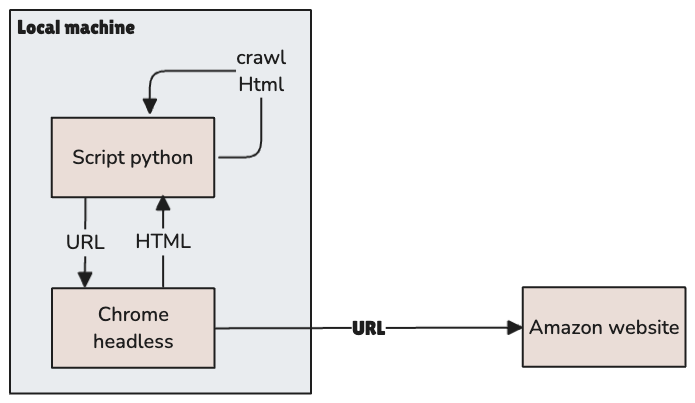
enimiste/amazon-product-price-scraper keeps this Excalidraw diagram as schema.excalidraw.png. Above is the earlier version. Source tidied: one line per element, renumbered; positions are measured from the earlier drawing's top-left corner, leaving out a move shared by most shapes. Its diagram source:
```json
{"id": 0, "type": "rectangle", "strokeColor": "#1e1e1e", "backgroundColor": "#e9ecef", "fillStyle": "solid", "strokeWidth": 2, "roughness": 0, "x": 0, "y": 0, "width": 301, "height": 384}
{"id": 1, "type": "rectangle", "strokeColor": "#1e1e1e", "backgroundColor": "#eaddd7", "fillStyle": "solid", "strokeWidth": 2, "roughness": 0, "x": 42, "y": 108, "width": 163, "height": 79}
{"id": 2, "type": "text", "text": "Script python", "strokeColor": "#1e1e1e", "strokeWidth": 2, "roughness": 1, "fontSize": 20, "fontFamily": 6, "textAlign": "center", "verticalAlign": "middle", "inside": 1, "x": 62, "y": 134, "width": 121, "height": 27}
{"id": 3, "type": "rectangle", "strokeColor": "#1e1e1e", "backgroundColor": "#eaddd7", "fillStyle": "solid", "strokeWidth": 2, "roughness": 0, "x": 513, "y": 277, "width": 163, "height": 79}
{"id": 4, "type": "text", "text": "Amazon website", "strokeColor": "#1e1e1e", "strokeWidth": 2, "roughness": 1, "fontSize": 20, "fontFamily": 6, "textAlign": "center", "verticalAlign": "middle", "inside": 3, "x": 519, "y": 303, "width": 151, "height": 27}
{"id": 5, "type": "rectangle", "strokeColor": "#1e1e1e", "backgroundColor": "#eaddd7", "fillStyle": "solid", "strokeWidth": 2, "roughness": 0, "x": 42, "y": 278, "width": 163, "height": 79}
{"id": 6, "type": "text", "text": "Chrome\nheadless", "strokeColor": "#1e1e1e", "strokeWidth": 2, "roughness": 1, "fontSize": 20, "fontFamily": 6, "textAlign": "center", "verticalAlign": "middle", "inside": 5, "x": 83, "y": 291, "width": 80, "height": 54}
{"id": 7, "type": "arrow", "strokeColor": "#1e1e1e", "backgroundColor": "#e9ecef", "fillStyle": "solid", "strokeWidth": 2, "roughness": 0, "endArrowhead": "triangle", "from": 1, "to": 5, "x": 76, "y": 188, "width": 1, "height": 88, "points": [[0, 0], [-1, 88]]}
{"id": 8, "type": "text", "text": "URL", "strokeColor": "#1e1e1e", "backgroundColor": "#e9ecef", "fillStyle": "solid", "strokeWidth": 2, "roughness": 0, "fontSize": 20, "fontFamily": 6, "textAlign": "center", "verticalAlign": "middle", "inside": 7, "x": 56, "y": 219, "width": 39, "height": 27}
{"id": 9, "type": "arrow", "strokeColor": "#1e1e1e", "backgroundColor": "#e9ecef", "fillStyle": "solid", "strokeWidth": 2, "roughness": 0, "endArrowhead": "triangle", "from": 5, "to": 3, "x": 206, "y": 318, "width": 306, "height": 1, "points": [[0, 0], [306, -1]]}
{"id": 10, "type": "text", "text": "URL", "strokeColor": "#1e1e1e", "backgroundColor": "#e9ecef", "fillStyle": "solid", "strokeWidth": 2, "roughness": 0, "fontSize": 20, "fontFamily": 7, "textAlign": "center", "verticalAlign": "middle", "inside": 9, "x": 342, "y": 306, "width": 33, "height": 23}
{"id": 11, "type": "arrow", "strokeColor": "#1e1e1e", "backgroundColor": "#e9ecef", "fillStyle": "solid", "strokeWidth": 2, "roughness": 0, "endArrowhead": "triangle", "from": 5, "to": 1, "x": 153, "y": 277, "width": 0, "height": 91, "points": [[0, 0], [0, -91]]}
{"id": 12, "type": "text", "text": "HTML", "strokeColor": "#1e1e1e", "backgroundColor": "#e9ecef", "fillStyle": "solid", "strokeWidth": 2, "roughness": 0, "fontSize": 20, "fontFamily": 6, "textAlign": "center", "verticalAlign": "middle", "inside": 11, "x": 125, "y": 218, "width": 56, "height": 27}
{"id": 13, "type": "arrow", "strokeColor": "#1e1e1e", "backgroundColor": "#e9ecef", "fillStyle": "solid", "strokeWidth": 2, "roughness": 0, "endArrowhead": "triangle", "from": 1, "to": 1, "x": 209, "y": 147, "width": 111, "height": 86, "points": [[0, 0], [42, 0], [42, -86], [-69, -86], [-69, -44]]}
{"id": 14, "type": "text", "text": "crawl\nHtml", "strokeColor": "#1e1e1e", "backgroundColor": "#e9ecef", "fillStyle": "solid", "strokeWidth": 2, "roughness": 0, "fontSize": 20, "fontFamily": 6, "textAlign": "center", "verticalAlign": "middle", "inside": 13, "x": 226, "y": 34, "width": 50, "height": 54}
{"id": 15, "type": "text", "text": "Local machine", "strokeColor": "#1e1e1e", "backgroundColor": "#e9ecef", "fillStyle": "solid", "strokeWidth": 2, "roughness": 0, "fontSize": 20, "fontFamily": 7, "x": 7, "y": 6, "width": 118, "height": 23}
```
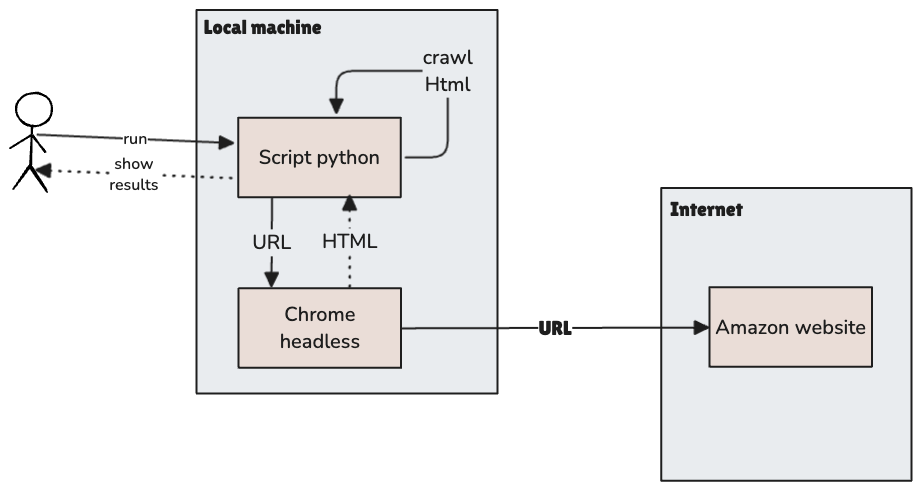
The same file after the commit.

Diff of the diagram source:
```diff
@@ -1,4 +1,5 @@
 {"id": 0, "type": "rectangle", "strokeColor": "#1e1e1e", "backgroundColor": "#e9ecef", "fillStyle": "solid", "strokeWidth": 2, "roughness": 0, "x": 0, "y": 0, "width": 301, "height": 384}
+{"id": 16, "type": "rectangle", "strokeColor": "#1e1e1e", "backgroundColor": "#e9ecef", "fillStyle": "solid", "strokeWidth": 2, "roughness": 0, "x": 465, "y": 178, "width": 250, "height": 293}
 {"id": 1, "type": "rectangle", "strokeColor": "#1e1e1e", "backgroundColor": "#eaddd7", "fillStyle": "solid", "strokeWidth": 2, "roughness": 0, "x": 42, "y": 108, "width": 163, "height": 79}
 {"id": 2, "type": "text", "text": "Script python", "strokeColor": "#1e1e1e", "strokeWidth": 2, "roughness": 1, "fontSize": 20, "fontFamily": 6, "textAlign": "center", "verticalAlign": "middle", "inside": 1, "x": 62, "y": 134, "width": 121, "height": 27}
 {"id": 3, "type": "rectangle", "strokeColor": "#1e1e1e", "backgroundColor": "#eaddd7", "fillStyle": "solid", "strokeWidth": 2, "roughness": 0, "x": 513, "y": 277, "width": 163, "height": 79}
@@ -9,8 +10,19 @@
 {"id": 8, "type": "text", "text": "URL", "strokeColor": "#1e1e1e", "backgroundColor": "#e9ecef", "fillStyle": "solid", "strokeWidth": 2, "roughness": 0, "fontSize": 20, "fontFamily": 6, "textAlign": "center", "verticalAlign": "middle", "inside": 7, "x": 56, "y": 219, "width": 39, "height": 27}
 {"id": 9, "type": "arrow", "strokeColor": "#1e1e1e", "backgroundColor": "#e9ecef", "fillStyle": "solid", "strokeWidth": 2, "roughness": 0, "endArrowhead": "triangle", "from": 5, "to": 3, "x": 206, "y": 318, "width": 306, "height": 1, "points": [[0, 0], [306, -1]]}
 {"id": 10, "type": "text", "text": "URL", "strokeColor": "#1e1e1e", "backgroundColor": "#e9ecef", "fillStyle": "solid", "strokeWidth": 2, "roughness": 0, "fontSize": 20, "fontFamily": 7, "textAlign": "center", "verticalAlign": "middle", "inside": 9, "x": 342, "y": 306, "width": 33, "height": 23}
-{"id": 11, "type": "arrow", "strokeColor": "#1e1e1e", "backgroundColor": "#e9ecef", "fillStyle": "solid", "strokeWidth": 2, "roughness": 0, "endArrowhead": "triangle", "from": 5, "to": 1, "x": 153, "y": 277, "width": 0, "height": 91, "points": [[0, 0], [0, -91]]}
+{"id": 11, "type": "arrow", "strokeColor": "#1e1e1e", "backgroundColor": "#e9ecef", "fillStyle": "solid", "strokeWidth": 2, "strokeStyle": "dotted", "roughness": 0, "endArrowhead": "triangle", "from": 5, "to": 1, "x": 153, "y": 277, "width": 0, "height": 91, "points": [[0, 0], [0, -91]]}
 {"id": 12, "type": "text", "text": "HTML", "strokeColor": "#1e1e1e", "backgroundColor": "#e9ecef", "fillStyle": "solid", "strokeWidth": 2, "roughness": 0, "fontSize": 20, "fontFamily": 6, "textAlign": "center", "verticalAlign": "middle", "inside": 11, "x": 125, "y": 218, "width": 56, "height": 27}
 {"id": 13, "type": "arrow", "strokeColor": "#1e1e1e", "backgroundColor": "#e9ecef", "fillStyle": "solid", "strokeWidth": 2, "roughness": 0, "endArrowhead": "triangle", "from": 1, "to": 1, "x": 209, "y": 147, "width": 111, "height": 86, "points": [[0, 0], [42, 0], [42, -86], [-69, -86], [-69, -44]]}
 {"id": 14, "type": "text", "text": "crawl\nHtml", "strokeColor": "#1e1e1e", "backgroundColor": "#e9ecef", "fillStyle": "solid", "strokeWidth": 2, "roughness": 0, "fontSize": 20, "fontFamily": 6, "textAlign": "center", "verticalAlign": "middle", "inside": 13, "x": 226, "y": 34, "width": 50, "height": 54}
 {"id": 15, "type": "text", "text": "Local machine", "strokeColor": "#1e1e1e", "backgroundColor": "#e9ecef", "fillStyle": "solid", "strokeWidth": 2, "roughness": 0, "fontSize": 20, "fontFamily": 7, "x": 7, "y": 6, "width": 118, "height": 23}
+{"id": 17, "type": "ellipse", "strokeColor": "#000000", "strokeWidth": 2, "roughness": 1, "x": -180, "y": 83, "width": 36, "height": 33}
+{"id": 18, "type": "line", "strokeColor": "#000000", "backgroundColor": "#ced4da", "fillStyle": "solid", "strokeWidth": 2, "roughness": 1, "round": true, "x": -164, "y": 116, "width": 2, "height": 40, "points": [[0, 0], [-2, 40]]}
+{"id": 19, "type": "line", "strokeColor": "#000000", "backgroundColor": "#ced4da", "fillStyle": "solid", "strokeWidth": 2, "roughness": 1, "round": true, "x": -166, "y": 157, "width": 16, "height": 25, "points": [[0, 0], [16, 25]]}
+{"id": 20, "type": "line", "strokeColor": "#000000", "backgroundColor": "#ced4da", "fillStyle": "solid", "strokeWidth": 2, "roughness": 1, "round": true, "x": -167, "y": 156, "width": 15, "height": 22, "points": [[0, 0], [-15, 22]]}
+{"id": 21, "type": "line", "strokeColor": "#000000", "backgroundColor": "#ced4da", "fillStyle": "solid", "strokeWidth": 2, "roughness": 1, "round": true, "x": -186, "y": 138, "width": 21, "height": 13, "points": [[0, 0], [21, -13]]}
+{"id": 22, "type": "line", "strokeColor": "#000000", "backgroundColor": "#ced4da", "fillStyle": "solid", "strokeWidth": 2, "roughness": 1, "round": true, "x": -164, "y": 125, "width": 13, "height": 17, "points": [[0, 0], [13, 17]]}
+{"id": 23, "type": "arrow", "strokeColor": "#1e1e1e", "backgroundColor": "#e9ecef", "fillStyle": "solid", "strokeWidth": 2, "roughness": 0, "endArrowhead": "triangle", "from": 17, "to": 1, "x": -159, "y": 125, "width": 196, "height": 8, "points": [[0, 0], [196, 8]]}
+{"id": 24, "type": "text", "text": "run", "strokeColor": "#1e1e1e", "backgroundColor": "#e9ecef", "fillStyle": "solid", "strokeWidth": 2, "roughness": 0, "fontSize": 16, "fontFamily": 6, "textAlign": "center", "verticalAlign": "middle", "inside": 23, "x": -73, "y": 118, "width": 24, "height": 22}
+{"id": 25, "type": "arrow", "strokeColor": "#1e1e1e", "backgroundColor": "#e9ecef", "fillStyle": "solid", "strokeWidth": 2, "strokeStyle": "dotted", "roughness": 0, "endArrowhead": "triangle", "from": 1, "x": 35, "y": 168, "width": 195, "height": 8, "points": [[0, 0], [-195, -8]]}
+{"id": 26, "type": "text", "text": "show\nresults", "strokeColor": "#1e1e1e", "backgroundColor": "#e9ecef", "fillStyle": "solid", "strokeWidth": 2, "roughness": 0, "fontSize": 16, "fontFamily": 6, "textAlign": "center", "verticalAlign": "middle", "inside": 25, "x": -87, "y": 142, "width": 49, "height": 43}
+{"id": 27, "type": "text", "text": "Internet", "strokeColor": "#1e1e1e", "backgroundColor": "#e9ecef", "fillStyle": "solid", "strokeWidth": 2, "roughness": 0, "fontSize": 20, "fontFamily": 7, "x": 474, "y": 187, "width": 73, "height": 23}
```
